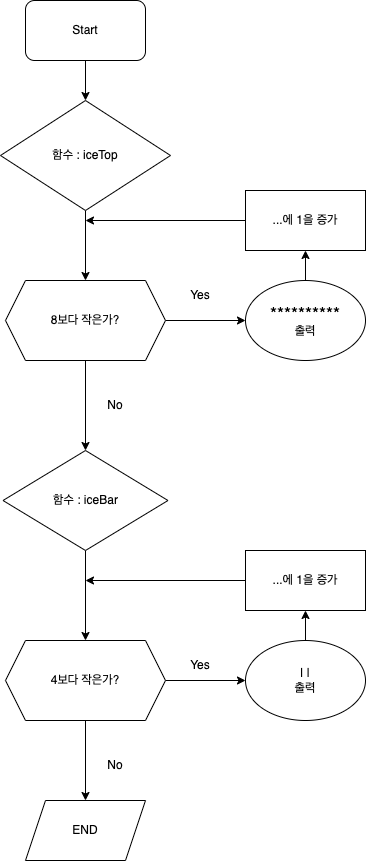
This is Step2순서도.png from yagom-academy/swift-starter-Round1, a draw.io export, as it was before one commit. Source tidied: cells renumbered, new cells last; positions are measured from the earlier drawing's top-left corner, leaving out a move shared by most shapes.
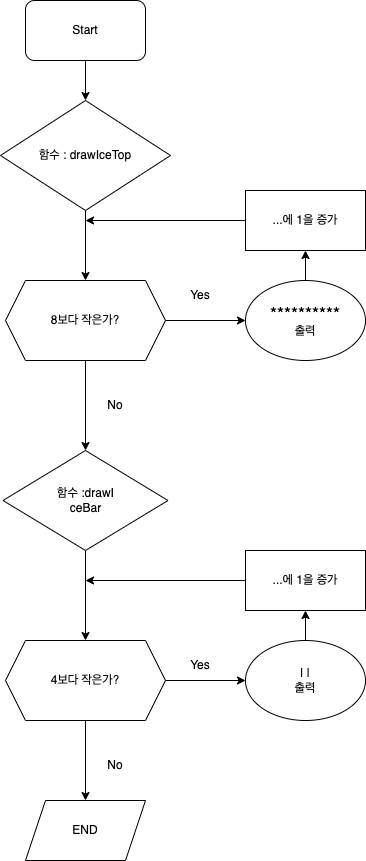
After the change.

Commit message:
Week1 Setp2 순서도 수정

Change to the diagram source:
```diff
@@ -5,7 +5,7 @@
     <mxCell id="2" style="edgeStyle=orthogonalEdgeStyle;rounded=0;jettySize=auto;html=1;entryX=0.5;entryY=0;entryDx=0;entryDy=0;" parent="1" edge="1" source="3" target="10">
       <mxGeometry relative="1" as="geometry" />
     </mxCell>
-    <mxCell id="3" value="함수 : iceTop" style="rhombus;whiteSpace=wrap;html=1;" parent="1" vertex="1">
+    <mxCell id="3" value="함수 : drawIceTop" style="rhombus;whiteSpace=wrap;html=1;" parent="1" vertex="1">
       <mxGeometry y="100" width="170" height="110" as="geometry" />
     </mxCell>
     <mxCell id="4" style="edgeStyle=orthogonalEdgeStyle;rounded=0;jettySize=auto;html=1;entryX=0.5;entryY=0;entryDx=0;entryDy=0;" parent="1" edge="1" source="5" target="3">
@@ -17,7 +17,7 @@
     <mxCell id="6" style="edgeStyle=orthogonalEdgeStyle;rounded=0;jettySize=auto;html=1;entryX=0.5;entryY=0;entryDx=0;entryDy=0;fontSize=12;" parent="1" edge="1" source="7" target="20">
       <mxGeometry relative="1" as="geometry" />
     </mxCell>
-    <mxCell id="7" value="함수 : iceBar" style="rhombus;whiteSpace=wrap;html=1;" parent="1" vertex="1">
+    <mxCell id="7" value="함수 :drawI&lt;br&gt;ceBar" style="rhombus;whiteSpace=wrap;html=1;" parent="1" vertex="1">
       <mxGeometry x="2.5" y="450" width="165" height="100" as="geometry" />
     </mxCell>
     <mxCell id="8" style="edgeStyle=orthogonalEdgeStyle;rounded=0;jettySize=auto;html=1;entryX=0;entryY=0.5;entryDx=0;entryDy=0;" parent="1" edge="1" source="10" target="13">
```
